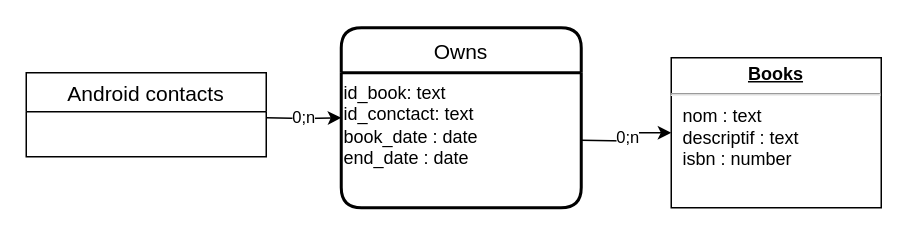
Above: docs/JAV1-jbd.drawio in JessyBorcard/JAV1 (draw.io), before the change. Source tidied: cells renumbered, new cells numbered last; positions are measured from the earlier drawing's top-left corner, leaving out a move shared by most shapes. Both pictures are drawn from the tidied source at 150%, with x=0, y=0 at pixel (26, 27).
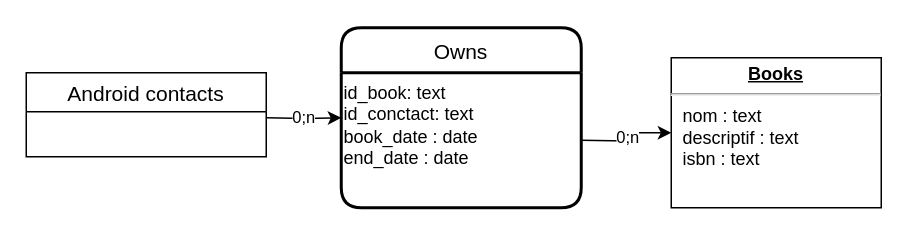
The same page after the edit.

What changed in the source:
```diff
@@
 <mxGraphModel>
   <root>
     <mxCell id="0" />
     <mxCell id="1" parent="0" />
-    <mxCell id="2" value="&lt;p style=&quot;margin: 0px ; margin-top: 4px ; text-align: center ; text-decoration: underline&quot;&gt;&lt;b&gt;Books&lt;/b&gt;&lt;/p&gt;&lt;hr&gt;&lt;p style=&quot;margin: 0px ; margin-left: 8px&quot;&gt;nom : text&lt;br&gt;descriptif : text&lt;br&gt;&lt;/p&gt;&lt;p style=&quot;margin: 0px ; margin-left: 8px&quot;&gt;isbn : number&lt;/p&gt;" style="verticalAlign=top;align=left;overflow=fill;fontSize=12;fontFamily=Helvetica;html=1;rounded=0;shadow=0;comic=0;labelBackgroundColor=none;strokeWidth=1;" parent="1" vertex="1">
+    <mxCell id="2" value="&lt;p style=&quot;margin: 0px ; margin-top: 4px ; text-align: center ; text-decoration: underline&quot;&gt;&lt;b&gt;Books&lt;/b&gt;&lt;/p&gt;&lt;hr&gt;&lt;p style=&quot;margin: 0px ; margin-left: 8px&quot;&gt;nom : text&lt;br&gt;descriptif : text&lt;br&gt;&lt;/p&gt;&lt;p style=&quot;margin: 0px ; margin-left: 8px&quot;&gt;isbn : text&lt;/p&gt;" style="verticalAlign=top;align=left;overflow=fill;fontSize=12;fontFamily=Helvetica;html=1;rounded=0;shadow=0;comic=0;labelBackgroundColor=none;strokeWidth=1;" parent="1" vertex="1">
       <mxGeometry x="430" y="20" width="140" height="100" as="geometry" />
     </mxCell>
     <mxCell id="3" value="0;n" style="edgeStyle=orthogonalEdgeStyle;rounded=0;jettySize=auto;html=1;exitX=1;exitY=0.5;exitDx=0;exitDy=0;entryX=0;entryY=0.5;entryDx=0;entryDy=0;" parent="1" edge="1" target="4">
       <mxGeometry relative="1" as="geometry">
         <mxPoint x="160" y="60" as="sourcePoint" />
       </mxGeometry>
     </mxCell>
     <mxCell id="4" value="Owns" style="swimlane;horizontal=1;startSize=30;rounded=1;fontSize=14;fontStyle=0;strokeWidth=2;shadow=0;dashed=0;align=center;" parent="1" vertex="1">
       <mxGeometry x="210" width="160" height="120" as="geometry" />
     </mxCell>
     <mxCell id="5" value="id_book: text&lt;br&gt;id_conctact: text&lt;br&gt;book_date : date&lt;br&gt;end_date : date" style="text;html=1;align=left;verticalAlign=top;strokeColor=none;fillColor=none;" parent="4" vertex="1">
       <mxGeometry y="30" width="160" height="90" as="geometry" />
     </mxCell>
     <mxCell id="6" value="0;n" style="edgeStyle=orthogonalEdgeStyle;rounded=0;jettySize=auto;html=1;exitX=1;exitY=0.5;exitDx=0;exitDy=0;entryX=0;entryY=0.5;entryDx=0;entryDy=0;" parent="1" edge="1" target="2">
       <mxGeometry relative="1" as="geometry">
         <mxPoint x="370" y="75" as="sourcePoint" />
       </mxGeometry>
     </mxCell>
     <mxCell id="7" value="Android contacts" style="swimlane;fontStyle=0;horizontal=1;startSize=26;align=center;fontSize=14;" parent="1" vertex="1">
       <mxGeometry y="30" width="160" height="56" as="geometry" />
     </mxCell>
   </root>
 </mxGraphModel>
```
